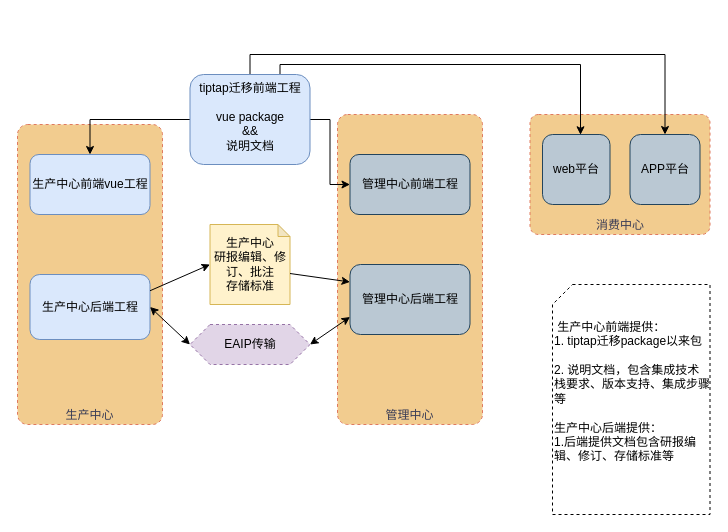
Above: tiptapRendering-ALL.drawio in lance631/notes (draw.io), before the change. Source tidied: cells renumbered, new cells numbered last; positions are measured from the earlier drawing's top-left corner, leaving out a move shared by most shapes. Both pictures are drawn from the tidied source at 100%, with x=0, y=0 at pixel (17, 64).
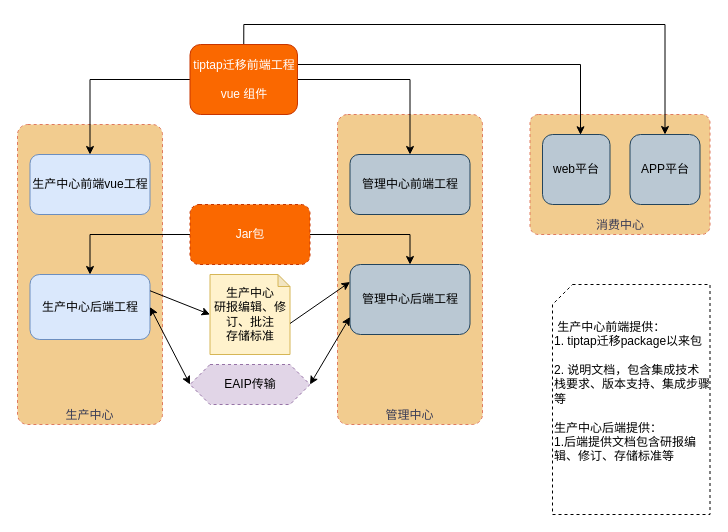
The same page after the edit.

The change refers to these unchanged cells:
```xml
<mxCell id="5" value="生产中心后端工程" style="rounded=1;whiteSpace=wrap;html=1;fillColor=#dae8fc;strokeColor=#6c8ebf;verticalAlign=middle;" parent="1" vertex="1">
  <mxGeometry x="12.5" y="210" width="120" height="65" as="geometry" />
</mxCell>
<mxCell id="13" value="管理中心后端工程" style="rounded=1;whiteSpace=wrap;html=1;fillColor=#bac8d3;strokeColor=#23445d;" parent="1" vertex="1">
  <mxGeometry x="332.5" y="200" width="120" height="70" as="geometry" />
</mxCell>
```

Change to the diagram source:
```diff
@@
-    <mxCell id="11" value="tiptap迁移前端工程&lt;br&gt;&lt;br&gt;vue package&lt;br&gt;&amp;amp;&amp;amp;&lt;br&gt;说明文档" style="rounded=1;whiteSpace=wrap;html=1;fillColor=#dae8fc;strokeColor=#6c8ebf;verticalAlign=top;" parent="1" vertex="1">
-      <mxGeometry x="172.5" y="10" width="120" height="90" as="geometry" />
+    <mxCell id="11" value="tiptap迁移前端工程&lt;br&gt;&lt;br&gt;vue 组件" style="rounded=1;whiteSpace=wrap;html=1;fillColor=#fa6800;strokeColor=#C73500;verticalAlign=middle;fontColor=#ffffff;" parent="1" vertex="1">
+      <mxGeometry x="172.5" y="-20" width="107.5" height="70" as="geometry" />
     </mxCell>
@@
     <mxCell id="17" value="生产中心&lt;br&gt;研报编辑、修订、批注&lt;br&gt;存储标准" style="shape=note;whiteSpace=wrap;html=1;backgroundOutline=1;darkOpacity=0.05;size=12;fillColor=#fff2cc;strokeColor=#d6b656;" parent="1" vertex="1">
-      <mxGeometry x="192.5" y="160" width="80" height="80" as="geometry" />
+      <mxGeometry x="192.5" y="210" width="80" height="80" as="geometry" />
     </mxCell>
@@
     <mxCell id="22" value="EAIP传输" style="shape=hexagon;perimeter=hexagonPerimeter2;whiteSpace=wrap;html=1;fixedSize=1;dashed=1;sketch=0;fillColor=#e1d5e7;strokeColor=#9673a6;" parent="1" vertex="1">
-      <mxGeometry x="172.5" y="260" width="120" height="40" as="geometry" />
+      <mxGeometry x="172.5" y="300" width="120" height="40" as="geometry" />
     </mxCell>
+    <mxCell id="23" style="edgeStyle=orthogonalEdgeStyle;rounded=0;jettySize=auto;html=1;exitX=0;exitY=0.5;exitDx=0;exitDy=0;entryX=0.5;entryY=0;entryDx=0;entryDy=0;fontColor=#ffffff;" parent="1" edge="1" source="25" target="5">
+      <mxGeometry relative="1" as="geometry" />
+    </mxCell>
+    <mxCell id="24" style="edgeStyle=orthogonalEdgeStyle;rounded=0;jettySize=auto;html=1;exitX=1;exitY=0.5;exitDx=0;exitDy=0;entryX=0.5;entryY=0;entryDx=0;entryDy=0;fontColor=#ffffff;" parent="1" edge="1" source="25" target="13">
+      <mxGeometry relative="1" as="geometry" />
+    </mxCell>
+    <mxCell id="25" value="Jar包" style="rounded=1;whiteSpace=wrap;html=1;dashed=1;sketch=0;fillColor=#fa6800;fontColor=#ffffff;strokeColor=#C73500;" parent="1" vertex="1">
+      <mxGeometry x="172.5" y="140" width="120" height="60" as="geometry" />
+    </mxCell>
```
